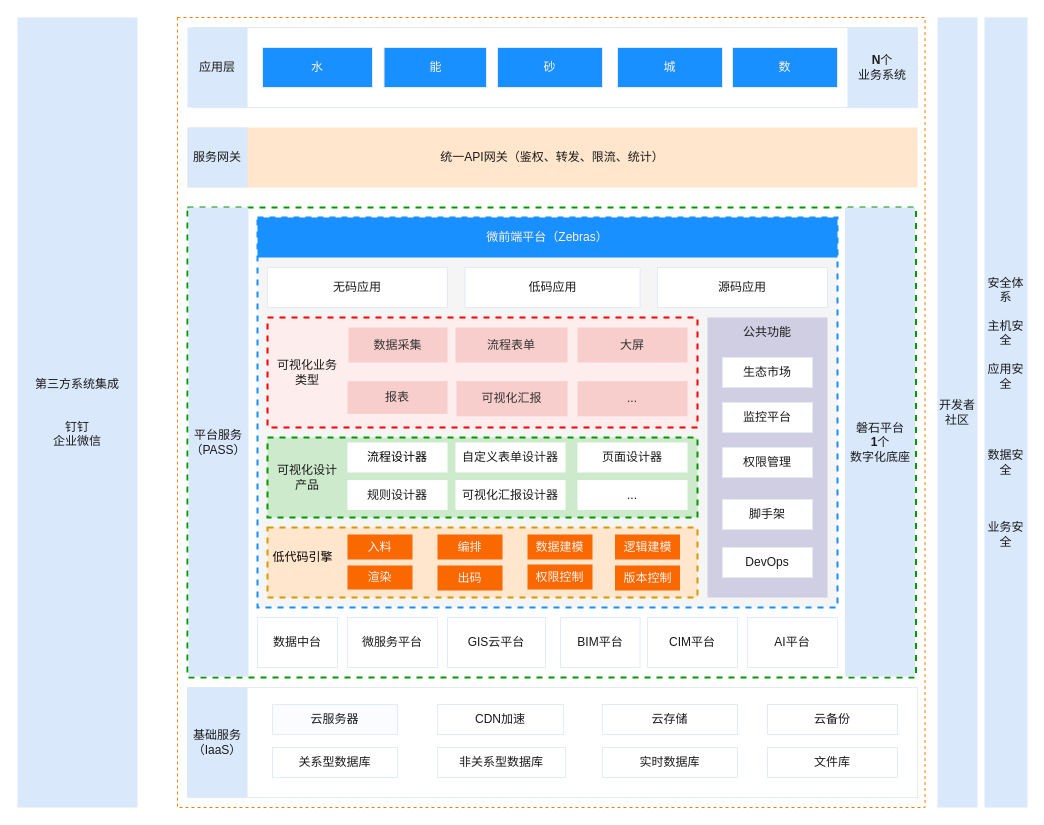
Earlier version of the draw.io diagram 低代码——整体架构图.drawio (tangyaosimida/love). Source tidied: cells renumbered, new cells numbered last; positions are measured from the earlier drawing's top-left corner, leaving out a move shared by most shapes. Both pictures are drawn from the tidied source at 100%, with x=0, y=0 at pixel (17, 17).
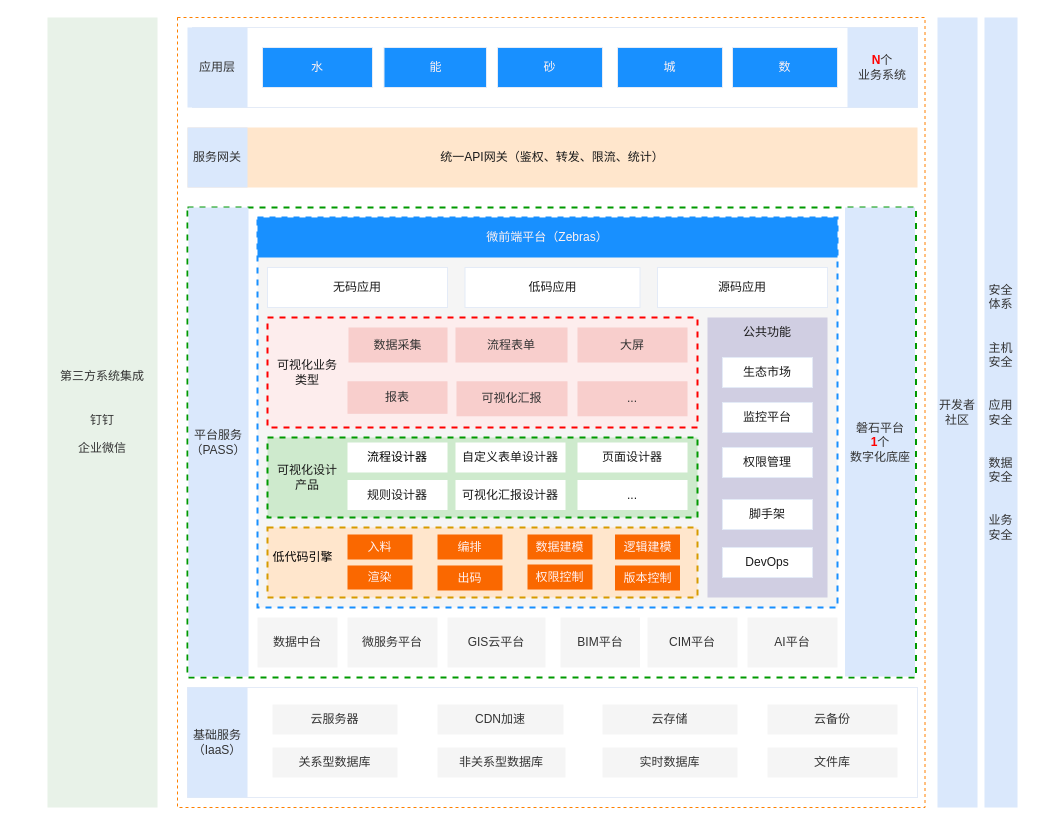
The same diagram, later.

Commit message (it also covers changes not shown here):
更新低代码——整体架构图.drawio

What changed in the source:
```diff
@@
-    <mxCell id="3" value="第三方系统集成&lt;div&gt;&lt;br&gt;&lt;/div&gt;&lt;div&gt;&lt;br&gt;&lt;/div&gt;&lt;div&gt;钉钉&lt;/div&gt;&lt;div&gt;企业微信&lt;/div&gt;" style="rounded=0;whiteSpace=wrap;html=1;fillColor=#dae8fc;strokeColor=none;fontColor=#1A1A1A;" parent="1" vertex="1">
-      <mxGeometry width="120" height="790" as="geometry" />
+    <mxCell id="3" value="第三方系统集成&lt;div&gt;&lt;br&gt;&lt;/div&gt;&lt;div&gt;&lt;br&gt;&lt;/div&gt;&lt;div&gt;钉钉&lt;/div&gt;&lt;div&gt;&lt;br&gt;&lt;/div&gt;&lt;div&gt;企业微信&lt;/div&gt;" style="rounded=0;whiteSpace=wrap;html=1;fillColor=#E8F2E8;strokeColor=none;fontColor=#333333;" parent="1" vertex="1">
+      <mxGeometry x="30" width="110" height="790" as="geometry" />
     </mxCell>
@@
-    <mxCell id="6" value="开发者社区" style="rounded=0;whiteSpace=wrap;html=1;fillColor=#dae8fc;strokeColor=none;fontColor=#1A1A1A;" parent="1" vertex="1">
+    <mxCell id="6" value="开发者社区" style="rounded=0;whiteSpace=wrap;html=1;fillColor=#dae8fc;strokeColor=none;fontColor=#333333;" parent="1" vertex="1">
       <mxGeometry x="920" width="40" height="790" as="geometry" />
     </mxCell>
-    <mxCell id="7" value="安全体系&lt;div&gt;&lt;br&gt;&lt;/div&gt;&lt;div&gt;主机安全&lt;/div&gt;&lt;div&gt;&lt;br&gt;&lt;/div&gt;&lt;div&gt;应用安全&lt;/div&gt;&lt;div&gt;&lt;br&gt;&lt;/div&gt;&lt;div&gt;&lt;br&gt;&lt;/div&gt;&lt;div&gt;&lt;br&gt;&lt;/div&gt;&lt;div&gt;&lt;br&gt;&lt;/div&gt;&lt;div&gt;数据安全&lt;/div&gt;&lt;div&gt;&lt;br&gt;&lt;/div&gt;&lt;div&gt;&lt;br&gt;&lt;/div&gt;&lt;div&gt;&lt;br&gt;&lt;/div&gt;&lt;div&gt;业务安全&lt;/div&gt;" style="rounded=0;whiteSpace=wrap;html=1;fillColor=#dae8fc;strokeColor=none;fontColor=#1A1A1A;" parent="1" vertex="1">
-      <mxGeometry x="967" width="43" height="790" as="geometry" />
+    <mxCell id="7" value="安全体系&lt;div&gt;&lt;br&gt;&lt;/div&gt;&lt;div&gt;&lt;br&gt;&lt;/div&gt;&lt;div&gt;主机安全&lt;/div&gt;&lt;div&gt;&lt;br&gt;&lt;/div&gt;&lt;div&gt;&lt;br&gt;&lt;/div&gt;&lt;div&gt;应用安全&lt;/div&gt;&lt;div&gt;&lt;br&gt;&lt;/div&gt;&lt;div&gt;&lt;br&gt;&lt;/div&gt;&lt;div&gt;数据安全&lt;/div&gt;&lt;div&gt;&lt;br&gt;&lt;/div&gt;&lt;div&gt;&lt;br&gt;&lt;/div&gt;&lt;div&gt;业务安全&lt;/div&gt;" style="rounded=0;whiteSpace=wrap;html=1;fillColor=#dae8fc;strokeColor=none;fontColor=#333333;" parent="1" vertex="1">
+      <mxGeometry x="967" width="33" height="790" as="geometry" />
     </mxCell>
-    <mxCell id="8" value="基础服务&lt;div&gt;（IaaS）&lt;/div&gt;" style="rounded=0;whiteSpace=wrap;html=1;fillColor=#dae8fc;strokeColor=none;fontColor=#1A1A1A;" parent="1" vertex="1">
+    <mxCell id="8" value="基础服务&lt;div&gt;（IaaS）&lt;/div&gt;" style="rounded=0;whiteSpace=wrap;html=1;fillColor=#dae8fc;strokeColor=none;fontColor=#333333;" parent="1" vertex="1">
       <mxGeometry x="170" y="670" width="60" height="110" as="geometry" />
     </mxCell>
-    <mxCell id="9" value="云服务器" style="rounded=0;whiteSpace=wrap;html=1;fillColor=#FAFCFF;strokeColor=#E4EBF7;fontColor=#1A1A1A;" parent="1" vertex="1">
+    <mxCell id="9" value="云服务器" style="rounded=0;whiteSpace=wrap;html=1;fillColor=#f5f5f5;strokeColor=none;fontColor=#333333;" parent="1" vertex="1">
       <mxGeometry x="255" y="687" width="125" height="30" as="geometry" />
     </mxCell>
-    <mxCell id="10" value="CDN加速" style="rounded=0;whiteSpace=wrap;html=1;strokeColor=#E4EBF7;fontColor=#1A1A1A;" parent="1" vertex="1">
+    <mxCell id="10" value="CDN加速" style="rounded=0;whiteSpace=wrap;html=1;strokeColor=none;fontColor=#333333;fillColor=#f5f5f5;" parent="1" vertex="1">
       <mxGeometry x="420" y="687" width="126" height="30" as="geometry" />
     </mxCell>
-    <mxCell id="11" value="云存储" style="rounded=0;whiteSpace=wrap;html=1;strokeColor=#E4EBF7;fontColor=#1A1A1A;" parent="1" vertex="1">
+    <mxCell id="11" value="云存储" style="rounded=0;whiteSpace=wrap;html=1;strokeColor=none;fontColor=#333333;fillColor=#f5f5f5;" parent="1" vertex="1">
       <mxGeometry x="585" y="687" width="135" height="30" as="geometry" />
     </mxCell>
-    <mxCell id="12" value="云备份" style="rounded=0;whiteSpace=wrap;html=1;strokeColor=#E4EBF7;fontColor=#1A1A1A;" parent="1" vertex="1">
+    <mxCell id="12" value="云备份" style="rounded=0;whiteSpace=wrap;html=1;strokeColor=none;fontColor=#333333;fillColor=#f5f5f5;" parent="1" vertex="1">
       <mxGeometry x="750" y="687" width="130" height="30" as="geometry" />
     </mxCell>
-    <mxCell id="13" value="关系型数据库" style="rounded=0;whiteSpace=wrap;html=1;strokeColor=#E4EBF7;fontColor=#1A1A1A;" parent="1" vertex="1">
+    <mxCell id="13" value="关系型数据库" style="rounded=0;whiteSpace=wrap;html=1;strokeColor=none;fontColor=#333333;fillColor=#f5f5f5;" parent="1" vertex="1">
       <mxGeometry x="255" y="730" width="125" height="30" as="geometry" />
     </mxCell>
-    <mxCell id="14" value="非关系型数据库" style="rounded=0;whiteSpace=wrap;html=1;strokeColor=#E4EBF7;fontColor=#1A1A1A;" parent="1" vertex="1">
+    <mxCell id="14" value="非关系型数据库" style="rounded=0;whiteSpace=wrap;html=1;strokeColor=none;fontColor=#333333;fillColor=#f5f5f5;" parent="1" vertex="1">
       <mxGeometry x="420" y="730" width="128" height="30" as="geometry" />
     </mxCell>
-    <mxCell id="15" value="实时数据库" style="rounded=0;whiteSpace=wrap;html=1;strokeColor=#E4EBF7;fontColor=#1A1A1A;" parent="1" vertex="1">
+    <mxCell id="15" value="实时数据库" style="rounded=0;whiteSpace=wrap;html=1;strokeColor=none;fontColor=#333333;fillColor=#f5f5f5;" parent="1" vertex="1">
       <mxGeometry x="585" y="730" width="135" height="30" as="geometry" />
     </mxCell>
-    <mxCell id="16" value="文件库" style="rounded=0;whiteSpace=wrap;html=1;strokeColor=#E4EBF7;fontColor=#1A1A1A;" parent="1" vertex="1">
+    <mxCell id="16" value="文件库" style="rounded=0;whiteSpace=wrap;html=1;strokeColor=none;fontColor=#333333;fillColor=#f5f5f5;" parent="1" vertex="1">
       <mxGeometry x="750" y="730" width="130" height="30" as="geometry" />
     </mxCell>
-    <mxCell id="17" value="&lt;div&gt;应用层&lt;/div&gt;" style="rounded=0;whiteSpace=wrap;html=1;fillColor=#dae8fc;strokeColor=none;fontColor=#1A1A1A;" parent="1" vertex="1">
+    <mxCell id="17" value="&lt;div&gt;应用层&lt;/div&gt;" style="rounded=0;whiteSpace=wrap;html=1;fillColor=#dae8fc;strokeColor=none;fontColor=#333333;" parent="1" vertex="1">
       <mxGeometry x="170" y="10" width="60" height="80" as="geometry" />
     </mxCell>
@@
-    <mxCell id="20" value="&lt;div&gt;服务网关&lt;/div&gt;" style="rounded=0;whiteSpace=wrap;html=1;fillColor=#dae8fc;strokeColor=none;fontColor=#1A1A1A;" parent="1" vertex="1">
+    <mxCell id="20" value="&lt;div&gt;服务网关&lt;/div&gt;" style="rounded=0;whiteSpace=wrap;html=1;fillColor=#dae8fc;strokeColor=none;fontColor=#333333;" parent="1" vertex="1">
       <mxGeometry x="170" y="110" width="60" height="60" as="geometry" />
     </mxCell>
@@
-    <mxCell id="22" value="&lt;div&gt;&lt;font&gt;&lt;b&gt;N&lt;/b&gt;&lt;/font&gt;个&lt;/div&gt;&lt;div&gt;业务系统&lt;/div&gt;" style="rounded=0;whiteSpace=wrap;html=1;strokeColor=none;fillColor=#dae8fc;fontColor=#1A1A1A;" parent="1" vertex="1">
+    <mxCell id="22" value="&lt;div&gt;&lt;font color=&quot;#ff0000&quot;&gt;&lt;b&gt;N&lt;/b&gt;&lt;/font&gt;个&lt;/div&gt;&lt;div&gt;业务系统&lt;/div&gt;" style="rounded=0;whiteSpace=wrap;html=1;strokeColor=none;fillColor=#dae8fc;fontColor=#333333;" parent="1" vertex="1">
       <mxGeometry x="830" y="10" width="70" height="80" as="geometry" />
     </mxCell>
-    <mxCell id="23" value="微服务平台" style="rounded=0;whiteSpace=wrap;html=1;strokeColor=#E4EBF7;fontColor=#1A1A1A;" parent="1" vertex="1">
+    <mxCell id="23" value="微服务平台" style="rounded=0;whiteSpace=wrap;html=1;strokeColor=none;fontColor=#333333;fillColor=#f5f5f5;" parent="1" vertex="1">
       <mxGeometry x="330" y="600" width="90" height="50" as="geometry" />
     </mxCell>
-    <mxCell id="24" value="数据中台" style="rounded=0;whiteSpace=wrap;html=1;strokeColor=#E4EBF7;fontColor=#1A1A1A;" parent="1" vertex="1">
+    <mxCell id="24" value="数据中台" style="rounded=0;whiteSpace=wrap;html=1;strokeColor=none;fontColor=#333333;fillColor=#f5f5f5;" parent="1" vertex="1">
       <mxGeometry x="240" y="600" width="80" height="50" as="geometry" />
     </mxCell>
@@
-    <mxCell id="53" value="GIS云平台" style="rounded=0;whiteSpace=wrap;html=1;strokeColor=#E4EBF7;fontColor=#1A1A1A;" parent="1" vertex="1">
+    <mxCell id="53" value="GIS云平台" style="rounded=0;whiteSpace=wrap;html=1;strokeColor=none;fontColor=#333333;fillColor=#f5f5f5;" parent="1" vertex="1">
       <mxGeometry x="430" y="600" width="98" height="50" as="geometry" />
     </mxCell>
-    <mxCell id="54" value="BIM平台" style="rounded=0;whiteSpace=wrap;html=1;strokeColor=#E4EBF7;fontColor=#1A1A1A;" parent="1" vertex="1">
+    <mxCell id="54" value="BIM平台" style="rounded=0;whiteSpace=wrap;html=1;strokeColor=none;fontColor=#333333;fillColor=#f5f5f5;" parent="1" vertex="1">
       <mxGeometry x="543" y="600" width="79.5" height="50" as="geometry" />
     </mxCell>
-    <mxCell id="55" value="CIM平台" style="rounded=0;whiteSpace=wrap;html=1;strokeColor=#E4EBF7;fontColor=#1A1A1A;" parent="1" vertex="1">
+    <mxCell id="55" value="CIM平台" style="rounded=0;whiteSpace=wrap;html=1;strokeColor=none;fontColor=#333333;fillColor=#f5f5f5;" parent="1" vertex="1">
       <mxGeometry x="630" y="600" width="90" height="50" as="geometry" />
     </mxCell>
-    <mxCell id="56" value="AI平台" style="rounded=0;whiteSpace=wrap;html=1;strokeColor=#E4EBF7;fontColor=#1A1A1A;" parent="1" vertex="1">
+    <mxCell id="56" value="AI平台" style="rounded=0;whiteSpace=wrap;html=1;strokeColor=none;fontColor=#333333;fillColor=#f5f5f5;" parent="1" vertex="1">
       <mxGeometry x="730" y="600" width="90" height="50" as="geometry" />
     </mxCell>
@@
-    <mxCell id="64" value="磐石平台&lt;div&gt;&lt;font&gt;&lt;b&gt;1&lt;/b&gt;&lt;/font&gt;个&lt;/div&gt;&lt;div&gt;数字化底座&lt;/div&gt;" style="rounded=0;whiteSpace=wrap;html=1;strokeColor=none;fillColor=#dae8fc;fontColor=#1A1A1A;" parent="1" vertex="1">
+    <mxCell id="64" value="磐石平台&lt;div&gt;&lt;font color=&quot;#ff0000&quot;&gt;&lt;b&gt;1&lt;/b&gt;&lt;/font&gt;个&lt;/div&gt;&lt;div&gt;数字化底座&lt;/div&gt;" style="rounded=0;whiteSpace=wrap;html=1;strokeColor=none;fillColor=#dae8fc;fontColor=#333333;" parent="1" vertex="1">
       <mxGeometry x="827.5" y="190" width="70" height="469" as="geometry" />
     </mxCell>
@@
-    <mxCell id="72" value="平台服务&lt;div&gt;（PASS）&lt;/div&gt;" style="rounded=0;whiteSpace=wrap;html=1;fillColor=#dae8fc;strokeColor=none;fontColor=#1A1A1A;" parent="1" vertex="1">
+    <mxCell id="72" value="平台服务&lt;div&gt;（PASS）&lt;/div&gt;" style="rounded=0;whiteSpace=wrap;html=1;fillColor=#dae8fc;strokeColor=none;fontColor=#333333;" parent="1" vertex="1">
       <mxGeometry x="171" y="190" width="60" height="469" as="geometry" />
     </mxCell>
```
